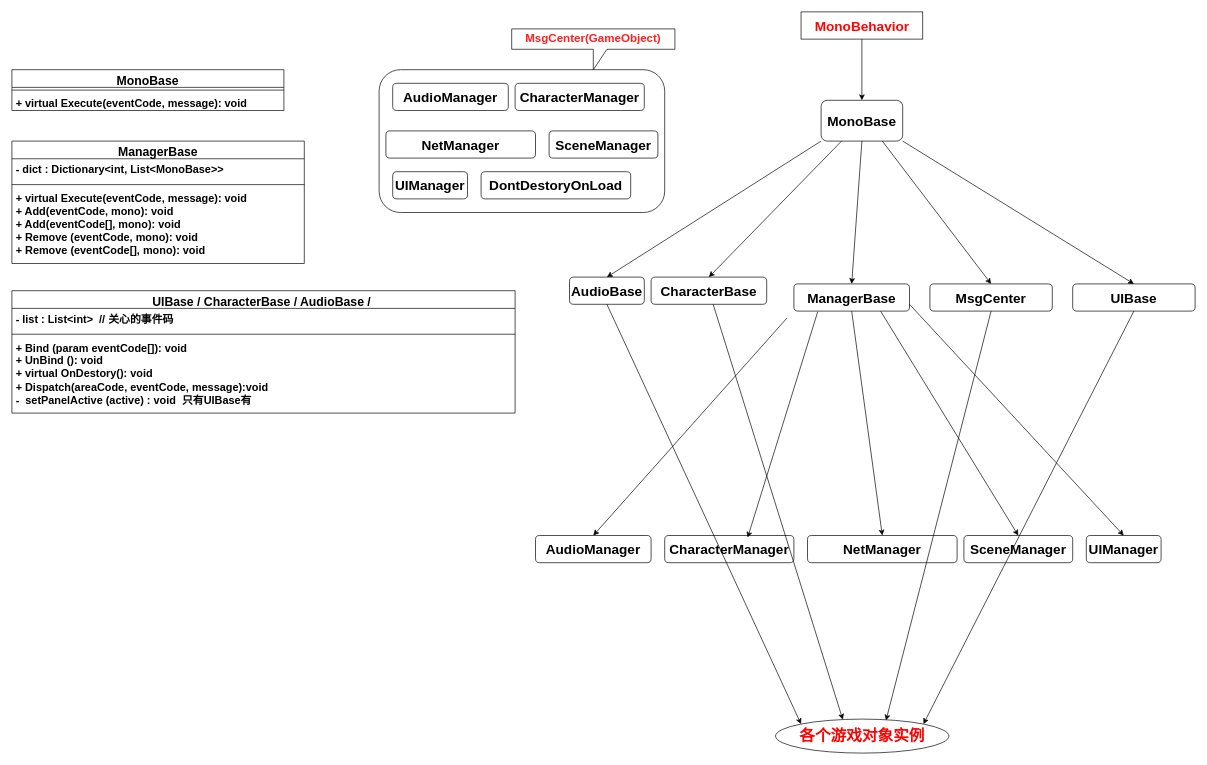
Earlier version of the draw.io diagram 网络斗地主.drawio (chhelloworld/DrawRepository). Source tidied: cells renumbered, new cells numbered last; positions are measured from the earlier drawing's top-left corner, leaving out a move shared by most shapes. Both pictures are drawn from the tidied source at 68%, with x=0, y=0 at pixel (12, 12).
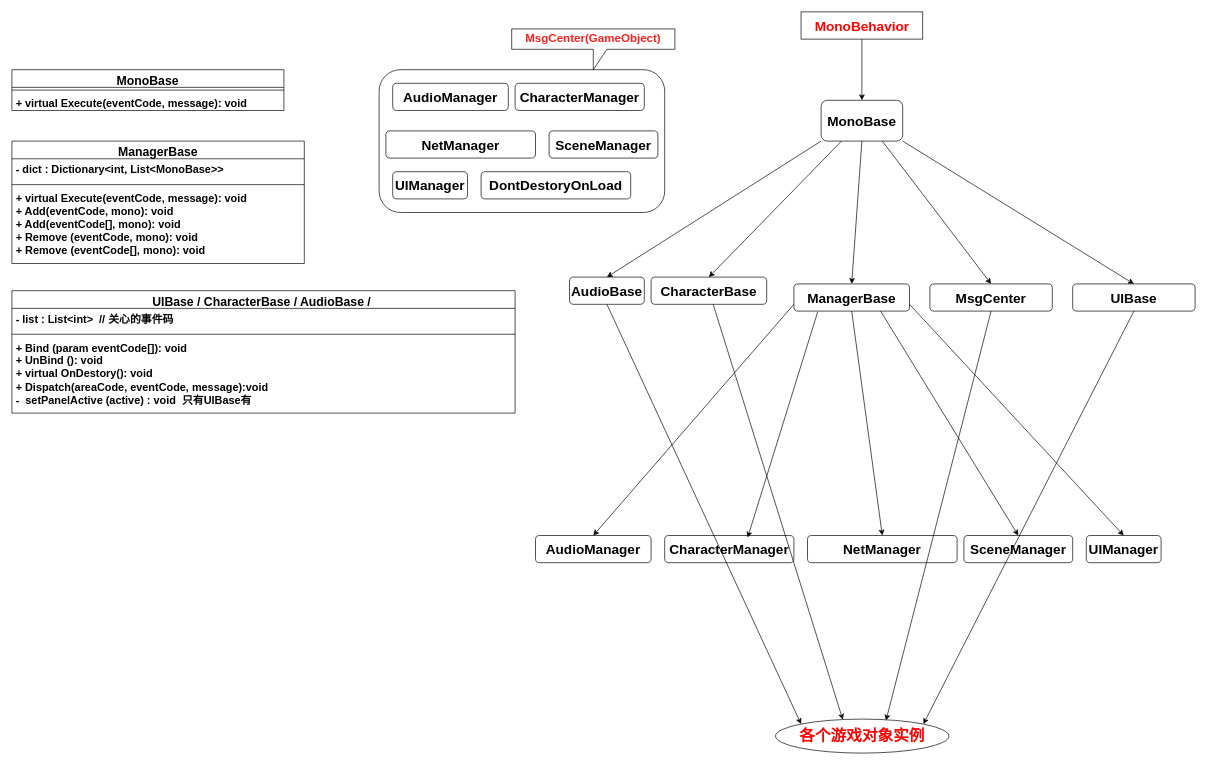
The same page after the edit.

Commit message:
更新网络斗地主.drawio

The change refers to these unchanged cells:
```xml
<mxCell id="9" value="&lt;b style=&quot;font-size: 20px;&quot;&gt;ManagerBase&lt;/b&gt;" style="rounded=1;whiteSpace=wrap;html=1;" parent="1" vertex="1">
  <mxGeometry x="1150" y="400" width="170" height="40" as="geometry" />
</mxCell>
<mxCell id="17" value="&lt;b style=&quot;font-size: 20px;&quot;&gt;AudioManager&lt;/b&gt;" style="rounded=1;whiteSpace=wrap;html=1;" parent="1" vertex="1">
  <mxGeometry x="770" y="770" width="170" height="40" as="geometry" />
</mxCell>
```

Diff of the diagram source:
```diff
@@
-    <mxCell id="22" style="endArrow=classic;html=1;rounded=0;entryX=0.5;entryY=0;entryDx=0;entryDy=0;" parent="1" edge="1" target="17">
-      <mxGeometry relative="1" as="geometry">
-        <mxPoint x="1140" y="450" as="sourcePoint" />
-      </mxGeometry>
+    <mxCell id="22" style="endArrow=classic;html=1;rounded=0;entryX=0.5;entryY=0;entryDx=0;entryDy=0;exitX=0;exitY=0.75;exitDx=0;exitDy=0;" parent="1" edge="1" source="9" target="17">
+      <mxGeometry relative="1" as="geometry" />
     </mxCell>
```
